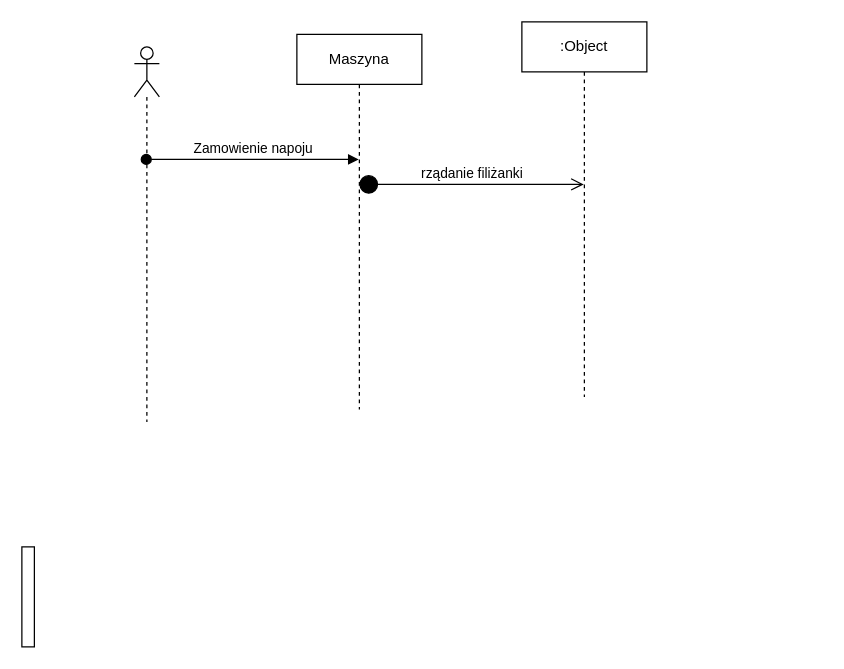
PIOART/STRONA keeps this draw.io diagram as Diagram bez tytułu.drawio. Above is the earlier version. Source tidied: cells renumbered, new cells numbered last; positions are measured from the earlier drawing's top-left corner, leaving out a move shared by most shapes. Both pictures are drawn from the tidied source at 125%, with x=0, y=0 at pixel (21, 21).
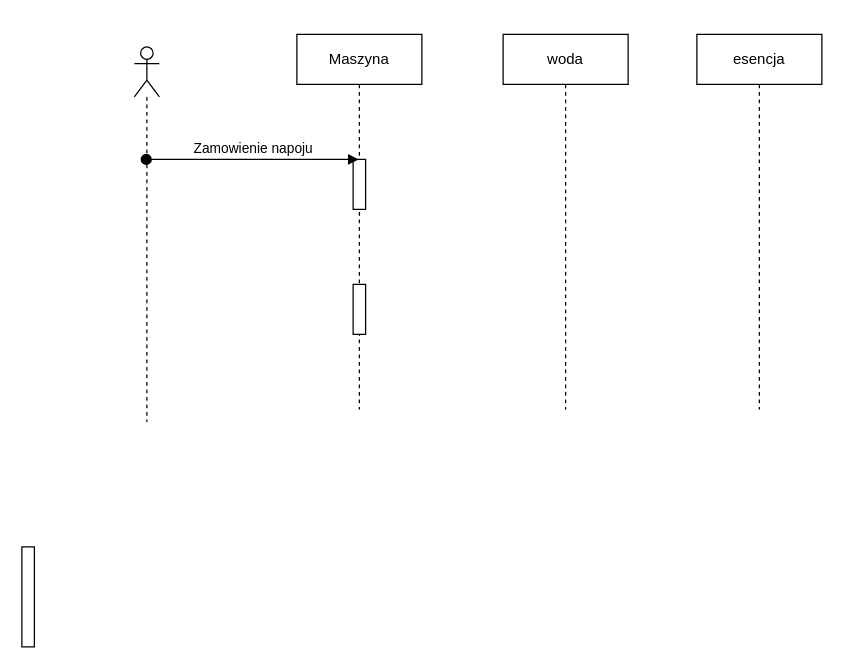
The same page after the edit.

Commit message (it also covers changes not shown here):
Diagram_sekwencji

The edit, as a diff of the source:
```diff
@@
 <mxGraphModel>
   <root>
     <mxCell id="0" />
     <mxCell id="1" parent="0" />
     <mxCell id="2" style="shape=umlLifeline;participant=umlActor;perimeter=lifelinePerimeter;whiteSpace=wrap;html=1;verticalAlign=top;spacingTop=36;outlineConnect=0;" parent="1" vertex="1">
       <mxGeometry x="90" y="20" width="20" height="300" as="geometry" />
     </mxCell>
     <mxCell id="3" value="Maszyna" style="shape=umlLifeline;perimeter=lifelinePerimeter;whiteSpace=wrap;html=1;outlineConnect=0;" parent="1" vertex="1">
       <mxGeometry x="220" y="10" width="100" height="300" as="geometry" />
     </mxCell>
+    <mxCell id="8" style="html=1;perimeter=orthogonalPerimeter;" parent="3" vertex="1">
+      <mxGeometry x="45" y="100" width="10" height="40" as="geometry" />
+    </mxCell>
+    <mxCell id="9" style="html=1;perimeter=orthogonalPerimeter;" parent="3" vertex="1">
+      <mxGeometry x="45" y="200" width="10" height="40" as="geometry" />
+    </mxCell>
-    <mxCell id="4" value=":Object" style="shape=umlLifeline;perimeter=lifelinePerimeter;whiteSpace=wrap;html=1;outlineConnect=0;" parent="1" vertex="1">
-      <mxGeometry x="400" width="100" height="300" as="geometry" />
+    <mxCell id="4" value="woda" style="shape=umlLifeline;perimeter=lifelinePerimeter;whiteSpace=wrap;html=1;outlineConnect=0;" parent="1" vertex="1">
+      <mxGeometry x="385" y="10" width="100" height="300" as="geometry" />
     </mxCell>
     <mxCell id="5" value="Zamowienie napoju" style="html=1;verticalAlign=bottom;startArrow=oval;startFill=1;endArrow=block;startSize=8;rounded=0;" parent="1" edge="1" source="2" target="3">
       <mxGeometry relative="1" as="geometry">
         <Array as="points">
           <mxPoint x="190" y="110" />
         </Array>
       </mxGeometry>
     </mxCell>
-    <mxCell id="6" value="rządanie filiżanki" style="html=1;verticalAlign=bottom;startArrow=circle;startFill=1;endArrow=open;startSize=6;endSize=8;rounded=0;" parent="1" edge="1" source="3" target="4">
-      <mxGeometry relative="1" as="geometry">
-        <Array as="points">
-          <mxPoint x="370" y="130" />
-        </Array>
-      </mxGeometry>
-    </mxCell>
     <mxCell id="7" style="html=1;perimeter=orthogonalPerimeter;" parent="1" vertex="1">
       <mxGeometry y="420" width="10" height="80" as="geometry" />
     </mxCell>
+    <mxCell id="10" value="esencja" style="shape=umlLifeline;perimeter=lifelinePerimeter;whiteSpace=wrap;html=1;" parent="1" vertex="1">
+      <mxGeometry x="540" y="10" width="100" height="300" as="geometry" />
+    </mxCell>
   </root>
 </mxGraphModel>
```
